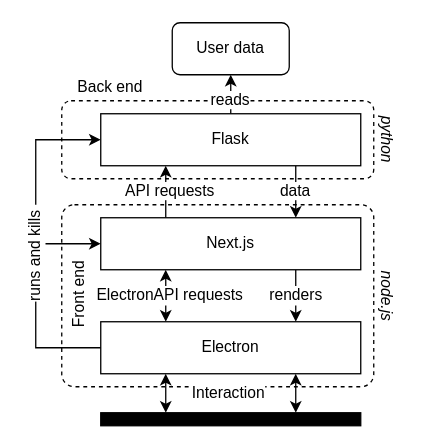
Above: docs/content/img/quakeview_structure.drawio in ylseanna/QuakeView (draw.io), before the change. Source tidied: cells renumbered, new cells numbered last; positions are measured from the earlier drawing's top-left corner, leaving out a move shared by most shapes. Both pictures are drawn from the tidied source at 130%, with x=0, y=0 at pixel (-17, 22).
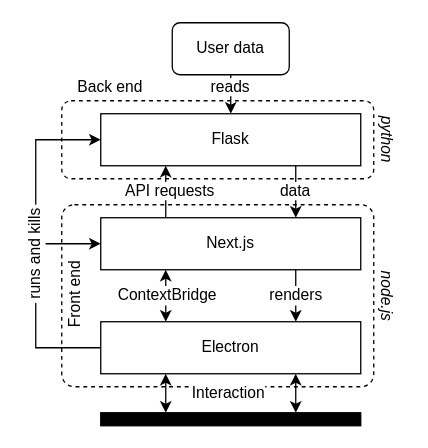
The same page after the edit.

Unchanged cells that the change refers to:
```xml
<mxCell id="12" value="Flask" style="rounded=0;whiteSpace=wrap;html=1;" parent="1" vertex="1">
  <mxGeometry x="90" y="70" width="200" height="40" as="geometry" />
</mxCell>
<mxCell id="22" value="User data" style="rounded=1;whiteSpace=wrap;html=1;" parent="1" vertex="1">
  <mxGeometry x="145" width="90" height="40" as="geometry" />
</mxCell>
```

The edit, as a diff of the source:
```diff
@@
-    <mxCell id="11" style="edgeStyle=orthogonalEdgeStyle;rounded=0;jettySize=auto;html=1;exitX=0.5;exitY=0;exitDx=0;exitDy=0;" parent="1" edge="1" source="12" target="22">
+    <mxCell id="11" style="edgeStyle=orthogonalEdgeStyle;rounded=0;jettySize=auto;html=1;exitX=0.5;exitY=0;exitDx=0;exitDy=0;startArrow=classic;startFill=1;endArrow=none;endFill=0;" parent="1" edge="1" source="12" target="22">
       <mxGeometry relative="1" as="geometry" />
     </mxCell>
@@
     <mxCell id="14" value="&amp;nbsp;Front end&amp;nbsp;" style="text;html=1;strokeColor=none;fillColor=none;align=center;verticalAlign=middle;rounded=0;labelBackgroundColor=default;spacing=2;rotation=-90;" parent="1" vertex="1">
-      <mxGeometry x="6" y="200" width="135" height="20" as="geometry" />
+      <mxGeometry x="3" y="200" width="135" height="20" as="geometry" />
     </mxCell>
@@
-    <mxCell id="16" value="runs and&amp;nbsp;&lt;span style=&quot;background-color: light-dark(#ffffff, var(--ge-dark-color, #121212)); color: light-dark(rgb(0, 0, 0), rgb(255, 255, 255));&quot;&gt;kills&lt;/span&gt;" style="text;html=1;strokeColor=none;fillColor=none;align=center;verticalAlign=middle;rounded=0;labelBackgroundColor=default;spacing=2;rotation=-90;" parent="1" vertex="1">
+    <mxCell id="16" value="&amp;nbsp;runs and&amp;nbsp;&lt;span style=&quot;background-color: light-dark(#ffffff, var(--ge-dark-color, #121212)); color: light-dark(rgb(0, 0, 0), rgb(255, 255, 255));&quot;&gt;kills&lt;/span&gt;" style="text;html=1;strokeColor=none;fillColor=none;align=center;verticalAlign=middle;rounded=0;labelBackgroundColor=default;spacing=2;rotation=-90;" parent="1" vertex="1">
       <mxGeometry y="170" width="80" height="20" as="geometry" />
     </mxCell>
@@
-    <mxCell id="19" value="ElectronAPI requests" style="text;html=1;strokeColor=none;fillColor=none;align=center;verticalAlign=middle;rounded=0;labelBackgroundColor=default;spacing=2;" parent="1" vertex="1">
-      <mxGeometry x="83" y="200" width="120" height="20" as="geometry" />
+    <mxCell id="19" value="ContextBridge" style="text;html=1;strokeColor=none;fillColor=none;align=center;verticalAlign=middle;rounded=0;labelBackgroundColor=default;spacing=2;" parent="1" vertex="1">
+      <mxGeometry x="81" y="200" width="120" height="20" as="geometry" />
     </mxCell>
@@
     <mxCell id="24" value="&lt;span style=&quot;background-color: light-dark(#ffffff, var(--ge-dark-color, #121212));&quot;&gt;reads&lt;/span&gt;" style="text;html=1;whiteSpace=wrap;strokeColor=none;fillColor=none;align=center;verticalAlign=middle;rounded=0;" parent="1" vertex="1">
-      <mxGeometry x="160" y="50" width="60" height="20" as="geometry" />
+      <mxGeometry x="160" y="40" width="60" height="20" as="geometry" />
     </mxCell>
```
